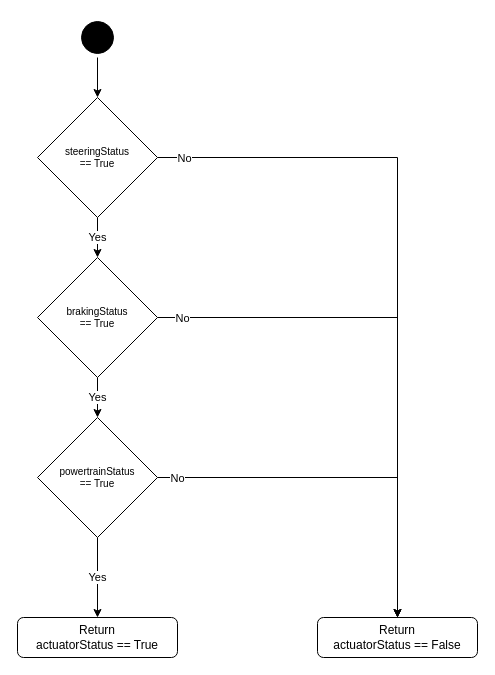
This is page "Actuators Status" (4 of 5) of MESCC/1st_year/2nd_semester/state_diagram.drawio from carlosrijo9/ISEP, a draw.io file, before an edit. Source tidied: cells renumbered, new cells numbered last; positions are measured from the earlier drawing's top-left corner, leaving out a move shared by most shapes. Both pictures are drawn from the tidied source at 100%, with x=0, y=0 at pixel (17, 17).
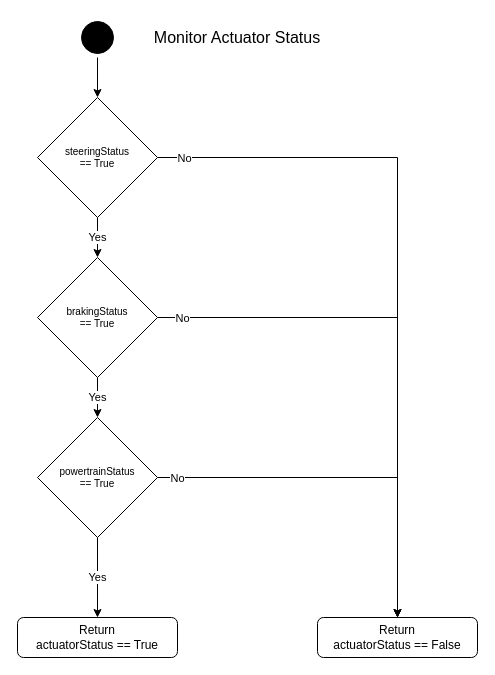
The same diagram, later.

Change to the diagram source:
```diff
@@
+    <mxCell id="18" value="Monitor Actuator Status" style="text;html=1;strokeColor=none;fillColor=none;align=center;verticalAlign=middle;whiteSpace=wrap;rounded=0;fontSize=16;" parent="1" vertex="1">
+      <mxGeometry x="120" width="200" height="40" as="geometry" />
+    </mxCell>
```
